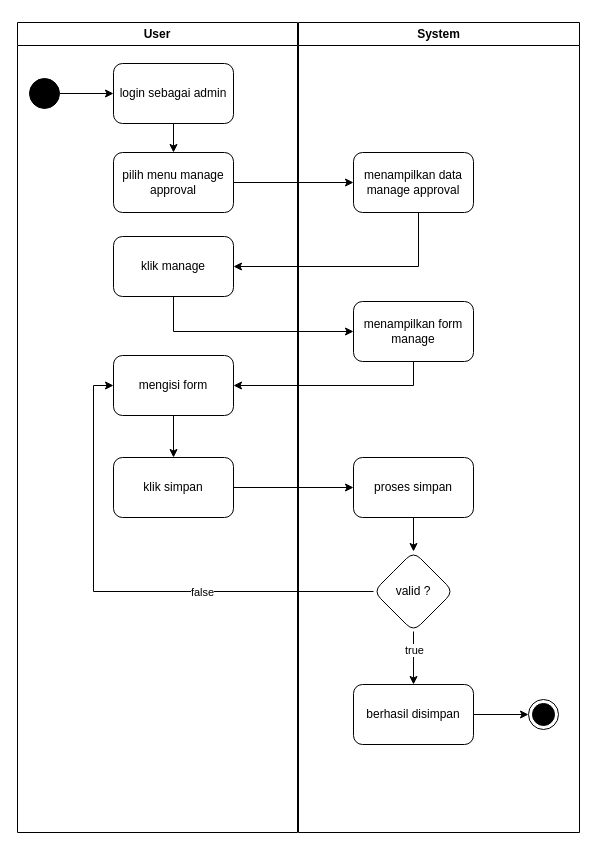
alinurd/simpanPinjam keeps this draw.io diagram as page "Copy of Activity anggota" (9 of 41) of public/Untitled Diagram.drawio. Above is the earlier version. Source tidied: cells renumbered, new cells numbered last; positions are measured from the earlier drawing's top-left corner, leaving out a move shared by most shapes. Both pictures are drawn from the tidied source at 100%, with x=0, y=0 at pixel (17, 22).
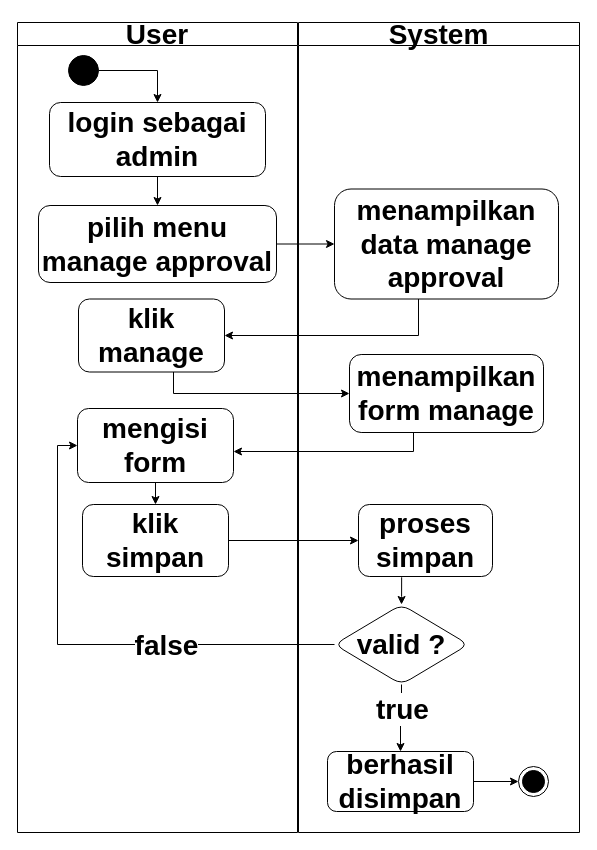
Above is the later version.

Diff of the diagram source:
```diff
@@
-    <mxCell id="2" style="group;" parent="1" vertex="1">
+    <mxCell id="2" style="group;fontSize=28;fontStyle=1;" parent="1" vertex="1">
       <mxGeometry width="562" height="810" as="geometry" />
     </mxCell>
-    <mxCell id="3" value="User" style="swimlane;whiteSpace=wrap;html=1;" parent="2" vertex="1">
+    <mxCell id="3" value="User" style="swimlane;whiteSpace=wrap;html=1;fontSize=28;fontStyle=1;" parent="2" vertex="1">
       <mxGeometry width="280" height="810" as="geometry" />
     </mxCell>
-    <mxCell id="4" style="edgeStyle=orthogonalEdgeStyle;rounded=0;jettySize=auto;html=1;" parent="3" edge="1" source="5" target="8">
+    <mxCell id="4" style="edgeStyle=orthogonalEdgeStyle;rounded=0;jettySize=auto;html=1;fontSize=28;fontStyle=1;" parent="3" edge="1" source="5" target="8">
       <mxGeometry relative="1" as="geometry" />
     </mxCell>
-    <mxCell id="5" value="login sebagai admin" style="rounded=1;whiteSpace=wrap;html=1;" parent="3" vertex="1">
-      <mxGeometry x="96" y="41" width="120" height="60" as="geometry" />
+    <mxCell id="5" value="login sebagai admin" style="rounded=1;whiteSpace=wrap;html=1;fontSize=28;fontStyle=1;" parent="3" vertex="1">
+      <mxGeometry x="32" y="80" width="216" height="74" as="geometry" />
     </mxCell>
-    <mxCell id="6" style="edgeStyle=orthogonalEdgeStyle;rounded=0;jettySize=auto;html=1;" parent="3" edge="1" source="7" target="5">
-      <mxGeometry relative="1" as="geometry" />
-    </mxCell>
-    <mxCell id="7" style="ellipse;fillColor=strokeColor;html=1;" parent="3" vertex="1">
-      <mxGeometry x="12" y="56" width="30" height="30" as="geometry" />
-    </mxCell>
-    <mxCell id="8" value="pilih menu manage approval" style="rounded=1;whiteSpace=wrap;html=1;" parent="3" vertex="1">
-      <mxGeometry x="96" y="130" width="120" height="60" as="geometry" />
+    <mxCell id="8" value="pilih menu manage approval" style="rounded=1;whiteSpace=wrap;html=1;fontSize=28;fontStyle=1;" parent="3" vertex="1">
+      <mxGeometry x="21" y="183" width="238" height="77" as="geometry" />
     </mxCell>
-    <mxCell id="9" value="klik manage" style="rounded=1;whiteSpace=wrap;html=1;" parent="3" vertex="1">
-      <mxGeometry x="96" y="214" width="120" height="60" as="geometry" />
+    <mxCell id="9" value="klik manage" style="rounded=1;whiteSpace=wrap;html=1;fontSize=28;fontStyle=1;" parent="3" vertex="1">
+      <mxGeometry x="61" y="276.5" width="146" height="73" as="geometry" />
     </mxCell>
-    <mxCell id="10" style="edgeStyle=orthogonalEdgeStyle;rounded=0;jettySize=auto;html=1;" parent="3" edge="1" source="11" target="12">
+    <mxCell id="10" style="edgeStyle=orthogonalEdgeStyle;rounded=0;jettySize=auto;html=1;fontSize=28;fontStyle=1;" parent="3" edge="1" source="11" target="12">
       <mxGeometry relative="1" as="geometry" />
     </mxCell>
-    <mxCell id="11" value="mengisi form" style="rounded=1;whiteSpace=wrap;html=1;" parent="3" vertex="1">
-      <mxGeometry x="96" y="333" width="120" height="60" as="geometry" />
+    <mxCell id="11" value="mengisi form" style="rounded=1;whiteSpace=wrap;html=1;fontSize=28;fontStyle=1;" parent="3" vertex="1">
+      <mxGeometry x="60" y="386" width="156" height="74" as="geometry" />
     </mxCell>
-    <mxCell id="12" value="klik simpan" style="rounded=1;whiteSpace=wrap;html=1;" parent="3" vertex="1">
-      <mxGeometry x="96" y="435" width="120" height="60" as="geometry" />
+    <mxCell id="12" value="klik simpan" style="rounded=1;whiteSpace=wrap;html=1;fontSize=28;fontStyle=1;" parent="3" vertex="1">
+      <mxGeometry x="65" y="482" width="146" height="72" as="geometry" />
     </mxCell>
-    <mxCell id="13" value="System" style="swimlane;whiteSpace=wrap;html=1;" parent="2" vertex="1">
-      <mxGeometry x="281" width="281" height="810" as="geometry" />
-    </mxCell>
-    <mxCell id="14" value="menampilkan data manage approval" style="rounded=1;whiteSpace=wrap;html=1;" parent="13" vertex="1">
-      <mxGeometry x="55" y="130" width="120" height="60" as="geometry" />
+    <mxCell id="14" value="menampilkan data manage approval" style="rounded=1;whiteSpace=wrap;html=1;fontSize=28;fontStyle=1;" parent="3" vertex="1">
+      <mxGeometry x="317" y="166.5" width="224" height="110" as="geometry" />
     </mxCell>
-    <mxCell id="15" value="menampilkan form manage" style="rounded=1;whiteSpace=wrap;html=1;" parent="13" vertex="1">
-      <mxGeometry x="55" y="279" width="120" height="60" as="geometry" />
+    <mxCell id="15" value="menampilkan form manage" style="rounded=1;whiteSpace=wrap;html=1;fontSize=28;fontStyle=1;" parent="3" vertex="1">
+      <mxGeometry x="332" y="332" width="194" height="78" as="geometry" />
     </mxCell>
-    <mxCell id="16" style="edgeStyle=orthogonalEdgeStyle;rounded=0;jettySize=auto;html=1;" parent="13" edge="1" source="17" target="18">
+    <mxCell id="16" style="edgeStyle=orthogonalEdgeStyle;rounded=0;jettySize=auto;html=1;fontSize=28;fontStyle=1;exitX=0.322;exitY=1.011;exitDx=0;exitDy=0;exitPerimeter=0;" parent="3" edge="1" source="17" target="18">
       <mxGeometry relative="1" as="geometry" />
     </mxCell>
-    <mxCell id="17" value="proses simpan" style="rounded=1;whiteSpace=wrap;html=1;" parent="13" vertex="1">
-      <mxGeometry x="55" y="435" width="120" height="60" as="geometry" />
+    <mxCell id="17" value="proses simpan" style="rounded=1;whiteSpace=wrap;html=1;fontSize=28;fontStyle=1;" parent="3" vertex="1">
+      <mxGeometry x="341" y="482" width="134" height="72" as="geometry" />
     </mxCell>
-    <mxCell id="18" value="valid ?" style="rhombus;whiteSpace=wrap;html=1;rounded=1;" parent="13" vertex="1">
-      <mxGeometry x="75" y="529" width="80" height="80" as="geometry" />
+    <mxCell id="18" value="valid ?" style="rhombus;whiteSpace=wrap;html=1;rounded=1;fontSize=28;fontStyle=1;" parent="3" vertex="1">
+      <mxGeometry x="317" y="582" width="134" height="80" as="geometry" />
     </mxCell>
-    <mxCell id="19" style="edgeStyle=orthogonalEdgeStyle;rounded=0;jettySize=auto;html=1;" parent="13" edge="1" source="20" target="23">
+    <mxCell id="19" style="edgeStyle=orthogonalEdgeStyle;rounded=0;jettySize=auto;html=1;fontSize=28;fontStyle=1;" parent="3" edge="1" source="20" target="23">
       <mxGeometry relative="1" as="geometry" />
     </mxCell>
-    <mxCell id="20" value="berhasil disimpan" style="whiteSpace=wrap;html=1;rounded=1;" parent="13" vertex="1">
-      <mxGeometry x="55" y="662" width="120" height="60" as="geometry" />
+    <mxCell id="20" value="berhasil disimpan" style="whiteSpace=wrap;html=1;rounded=1;fontSize=28;fontStyle=1;" parent="3" vertex="1">
+      <mxGeometry x="310" y="729" width="146" height="60" as="geometry" />
     </mxCell>
-    <mxCell id="21" style="edgeStyle=orthogonalEdgeStyle;rounded=0;jettySize=auto;html=1;" parent="13" edge="1" source="18" target="20">
+    <mxCell id="21" style="edgeStyle=orthogonalEdgeStyle;rounded=0;jettySize=auto;html=1;fontSize=28;fontStyle=1;" parent="3" edge="1" source="18" target="20">
       <mxGeometry relative="1" as="geometry" />
     </mxCell>
-    <mxCell id="22" value="true" style="edgeLabel;html=1;align=center;verticalAlign=middle;" parent="21" vertex="1">
+    <mxCell id="22" value="true" style="edgeLabel;html=1;align=center;verticalAlign=middle;fontSize=28;fontStyle=1;" parent="21" vertex="1">
       <mxGeometry x="-0.2" relative="1" as="geometry">
         <mxPoint y="-3" as="offset" />
       </mxGeometry>
     </mxCell>
-    <mxCell id="23" style="ellipse;html=1;shape=endState;fillColor=strokeColor;" parent="13" vertex="1">
-      <mxGeometry x="230" y="677" width="30" height="30" as="geometry" />
+    <mxCell id="23" style="ellipse;html=1;shape=endState;fillColor=strokeColor;fontSize=28;fontStyle=1;" parent="3" vertex="1">
+      <mxGeometry x="501" y="744" width="30" height="30" as="geometry" />
     </mxCell>
-    <mxCell id="24" style="edgeStyle=orthogonalEdgeStyle;rounded=0;jettySize=auto;html=1;" parent="2" edge="1" source="8" target="14">
+    <mxCell id="24" style="edgeStyle=orthogonalEdgeStyle;rounded=0;jettySize=auto;html=1;fontSize=28;fontStyle=1;" parent="3" edge="1" source="8" target="14">
       <mxGeometry relative="1" as="geometry" />
     </mxCell>
-    <mxCell id="25" style="edgeStyle=orthogonalEdgeStyle;rounded=0;jettySize=auto;html=1;" parent="2" edge="1" source="15" target="11">
+    <mxCell id="25" style="edgeStyle=orthogonalEdgeStyle;rounded=0;jettySize=auto;html=1;fontSize=28;fontStyle=1;" parent="3" edge="1" source="15" target="11">
       <mxGeometry relative="1" as="geometry">
         <Array as="points">
-          <mxPoint x="396" y="363" />
+          <mxPoint x="396" y="429" />
         </Array>
       </mxGeometry>
     </mxCell>
-    <mxCell id="26" style="edgeStyle=orthogonalEdgeStyle;rounded=0;jettySize=auto;html=1;" parent="2" edge="1" source="12" target="17">
+    <mxCell id="26" style="edgeStyle=orthogonalEdgeStyle;rounded=0;jettySize=auto;html=1;fontSize=28;fontStyle=1;" parent="3" edge="1" source="12" target="17">
       <mxGeometry relative="1" as="geometry" />
     </mxCell>
-    <mxCell id="27" style="edgeStyle=orthogonalEdgeStyle;rounded=0;jettySize=auto;html=1;entryX=0;entryY=0.5;entryDx=0;entryDy=0;" parent="2" edge="1" source="18" target="11">
+    <mxCell id="27" style="edgeStyle=orthogonalEdgeStyle;rounded=0;jettySize=auto;html=1;entryX=0;entryY=0.5;entryDx=0;entryDy=0;fontSize=28;fontStyle=1;" parent="3" edge="1" source="18" target="11">
       <mxGeometry relative="1" as="geometry" />
     </mxCell>
-    <mxCell id="28" value="false" style="edgeLabel;html=1;align=center;verticalAlign=middle;" parent="27" vertex="1">
+    <mxCell id="28" value="false" style="edgeLabel;html=1;align=center;verticalAlign=middle;fontSize=28;fontStyle=1;" parent="27" vertex="1">
       <mxGeometry x="-0.32" relative="1" as="geometry" />
     </mxCell>
-    <mxCell id="29" style="edgeStyle=orthogonalEdgeStyle;rounded=0;jettySize=auto;html=1;entryX=1;entryY=0.5;entryDx=0;entryDy=0;" parent="2" edge="1" source="14" target="9">
+    <mxCell id="29" style="edgeStyle=orthogonalEdgeStyle;rounded=0;jettySize=auto;html=1;entryX=1;entryY=0.5;entryDx=0;entryDy=0;fontSize=28;fontStyle=1;" parent="3" edge="1" source="14" target="9">
       <mxGeometry relative="1" as="geometry">
         <Array as="points">
-          <mxPoint x="401" y="244" />
+          <mxPoint x="401" y="313" />
         </Array>
       </mxGeometry>
     </mxCell>
-    <mxCell id="30" style="edgeStyle=orthogonalEdgeStyle;rounded=0;jettySize=auto;html=1;entryX=0;entryY=0.5;entryDx=0;entryDy=0;" parent="2" edge="1" source="9" target="15">
+    <mxCell id="30" style="edgeStyle=orthogonalEdgeStyle;rounded=0;jettySize=auto;html=1;entryX=0;entryY=0.5;entryDx=0;entryDy=0;fontSize=28;fontStyle=1;" parent="3" edge="1" source="9" target="15">
       <mxGeometry relative="1" as="geometry">
         <Array as="points">
-          <mxPoint x="156" y="309" />
+          <mxPoint x="156" y="371" />
         </Array>
       </mxGeometry>
     </mxCell>
+    <mxCell id="6" style="edgeStyle=orthogonalEdgeStyle;rounded=0;jettySize=auto;html=1;exitX=1;exitY=0.5;exitDx=0;exitDy=0;" parent="3" edge="1" source="7" target="5">
+      <mxGeometry relative="1" as="geometry" />
+    </mxCell>
+    <mxCell id="7" style="ellipse;fillColor=strokeColor;html=1;fontSize=28;fontStyle=1;" parent="3" vertex="1">
+      <mxGeometry x="51" y="33" width="30" height="30" as="geometry" />
+    </mxCell>
+    <mxCell id="13" value="System" style="swimlane;whiteSpace=wrap;html=1;fontSize=28;fontStyle=1;" parent="2" vertex="1">
+      <mxGeometry x="281" width="281" height="810" as="geometry" />
+    </mxCell>
```
